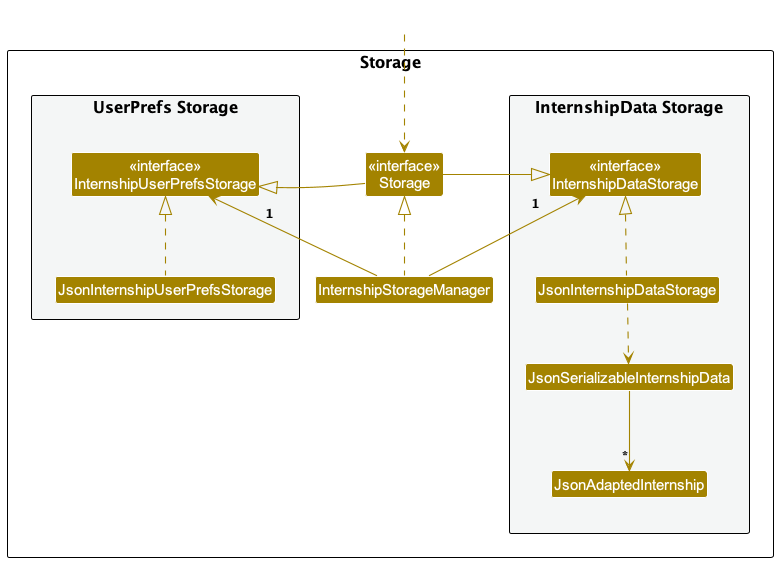
The PlantUML diagram docs/images/InternshipStorageClassDiagram.png in theman-oj10/CareerSync, before a commit. The source it was exported from:
```plantuml
@startuml
!include style.puml
skinparam arrowThickness 1.1
skinparam arrowColor STORAGE_COLOR
skinparam classBackgroundColor STORAGE_COLOR

package Storage as StoragePackage {

package "UserPrefs Storage" #F4F6F6{
Class "<<interface>>\nInternshipUserPrefsStorage" as InternshipUserPrefsStorage
Class JsonInternshipUserPrefsStorage
}

Class "<<interface>>\nStorage" as Storage
Class InternshipStorageManager

package "InternshipData Storage" #F4F6F6{
Class "<<interface>>\nInternshipDataStorage" as InternshipDataStorage
Class JsonInternshipDataStorage
Class JsonSerializableInternshipData
Class JsonAdaptedInternship
}

}

Class HiddenOutside #FFFFFF
HiddenOutside ..> Storage

InternshipStorageManager .up.|> Storage
InternshipStorageManager -up-> "1" InternshipUserPrefsStorage
InternshipStorageManager -up-> "1" InternshipDataStorage

Storage -left-|> InternshipUserPrefsStorage
Storage -right-|> InternshipDataStorage

JsonInternshipUserPrefsStorage .up.|> InternshipUserPrefsStorage
JsonInternshipDataStorage .up.|> InternshipDataStorage
JsonInternshipDataStorage ..> JsonSerializableInternshipData
JsonSerializableInternshipData --> "*" JsonAdaptedInternship

@enduml
```
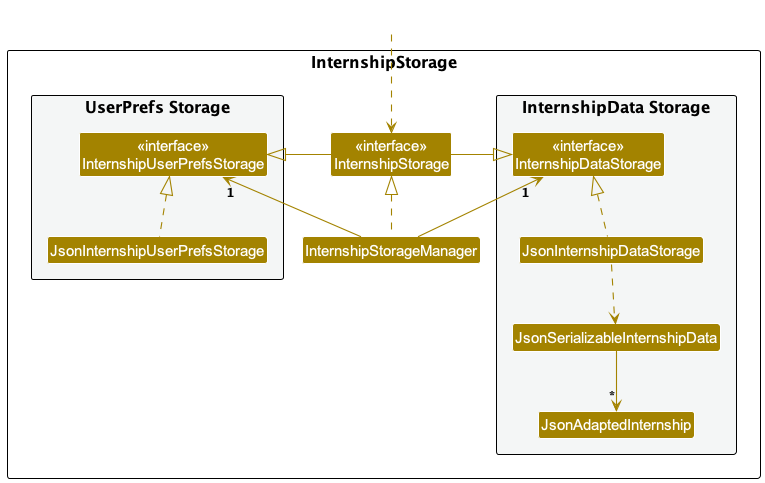
Above is the later version.

Commit message:
Update InternshipStorage diagram in DG, refactor Storage to InternshipStorage

Diff of the diagram source:
```diff
@@ -4,14 +4,14 @@
 skinparam arrowColor STORAGE_COLOR
 skinparam classBackgroundColor STORAGE_COLOR
 
-package Storage as StoragePackage {
+package InternshipStorage as StoragePackage {
 
 package "UserPrefs Storage" #F4F6F6{
 Class "<<interface>>\nInternshipUserPrefsStorage" as InternshipUserPrefsStorage
 Class JsonInternshipUserPrefsStorage
 }
 
-Class "<<interface>>\nStorage" as Storage
+Class "<<interface>>\nInternshipStorage" as Storage
 Class InternshipStorageManager
 
 package "InternshipData Storage" #F4F6F6{
```
